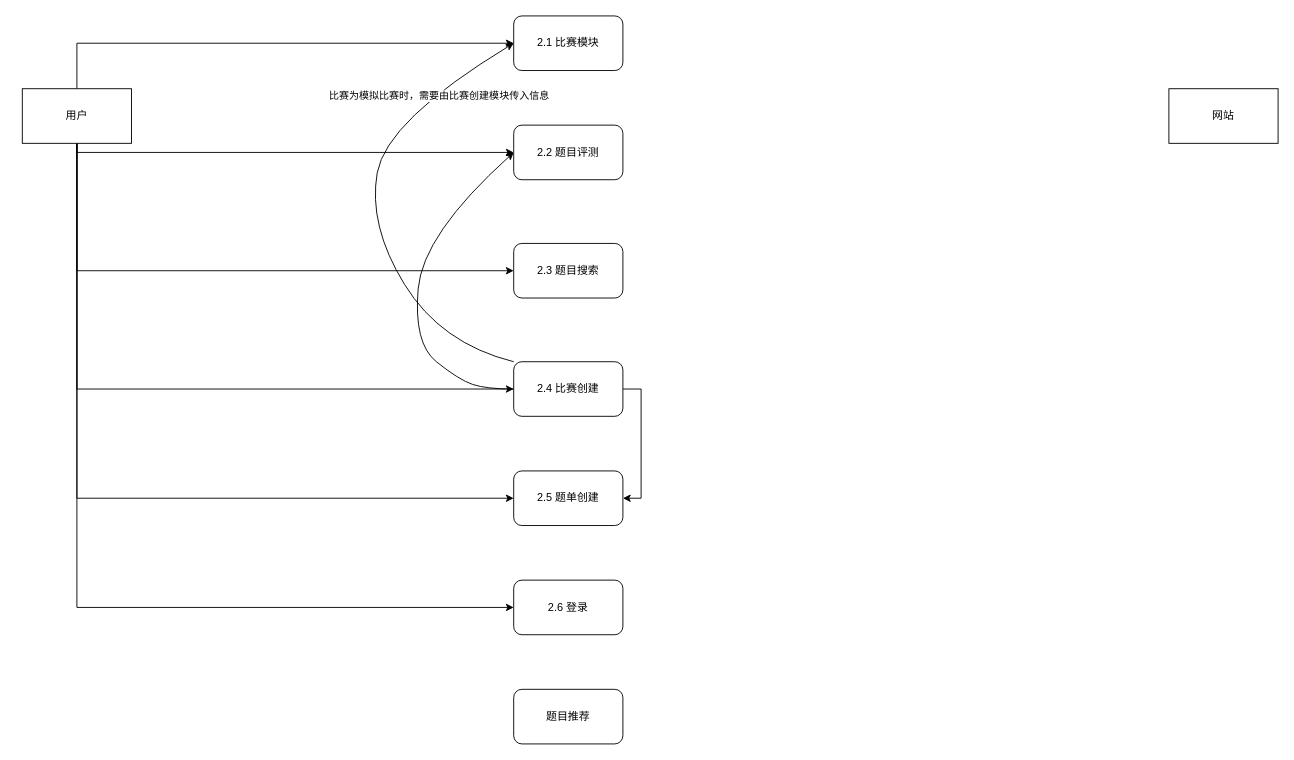
The draw.io diagram 分析文档/第二层.drawio in 12MegaA21/CodeCode, before the edit. Source tidied: cells renumbered, new cells numbered last; positions are measured from the earlier drawing's top-left corner, leaving out a move shared by most shapes. Both pictures are drawn from the tidied source at 91%, with x=0, y=0 at pixel (22, 15).
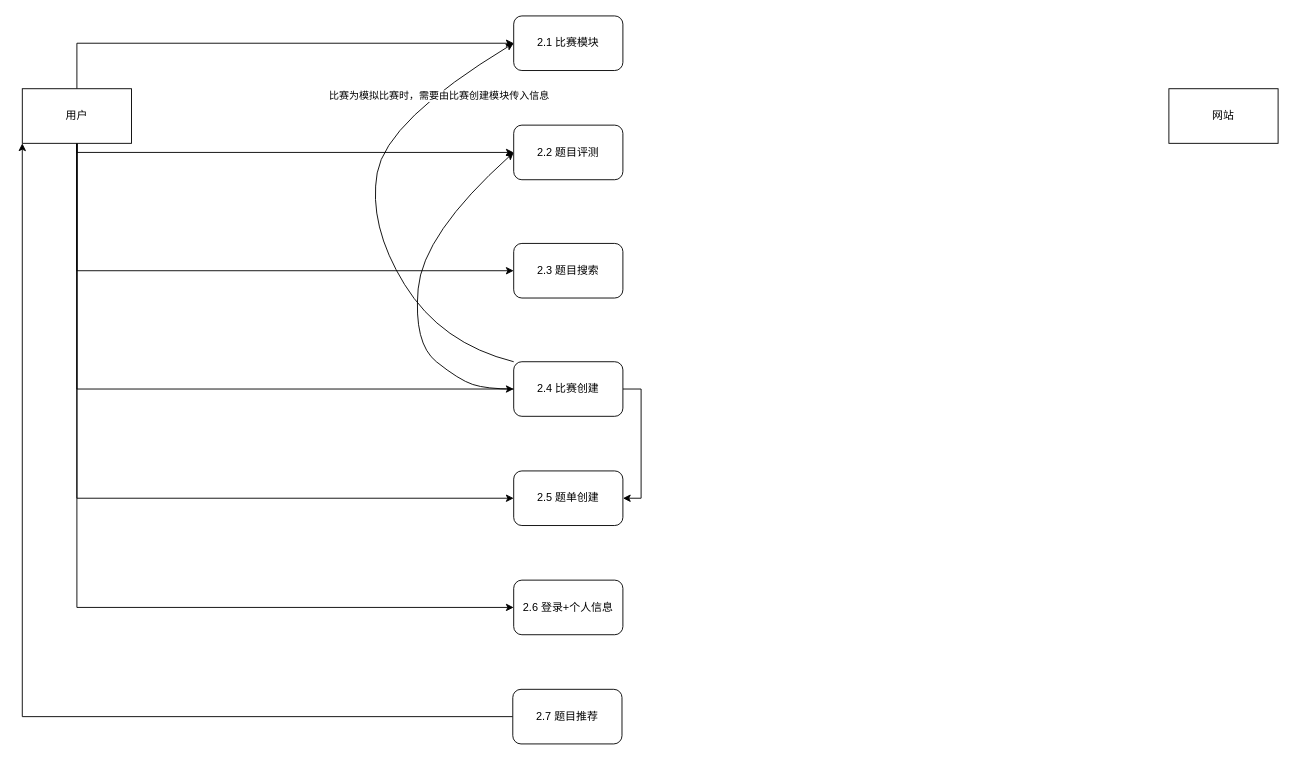
The same page after the edit.

Commit message (it also covers changes not shown here):
更新第二层.drawio

The change refers to these unchanged cells:
```xml
<mxCell id="8" value="用户" style="rounded=0;whiteSpace=wrap;html=1;" parent="1" vertex="1">
  <mxGeometry y="80" width="120" height="60" as="geometry" />
</mxCell>
```

The edit, as a diff of the source:
```diff
@@
-    <mxCell id="16" value="2.6 登录" style="rounded=1;whiteSpace=wrap;html=1;" parent="1" vertex="1">
+    <mxCell id="16" value="2.6 登录+个人信息" style="rounded=1;whiteSpace=wrap;html=1;" parent="1" vertex="1">
       <mxGeometry x="540" y="620" width="120" height="60" as="geometry" />
     </mxCell>
@@
+    <mxCell id="21" style="edgeStyle=orthogonalEdgeStyle;rounded=0;jettySize=auto;html=1;exitX=0;exitY=0.5;exitDx=0;exitDy=0;entryX=0;entryY=1;entryDx=0;entryDy=0;" parent="1" edge="1" source="20" target="8">
+      <mxGeometry relative="1" as="geometry" />
+    </mxCell>
-    <mxCell id="20" value="题目推荐" style="rounded=1;whiteSpace=wrap;html=1;" parent="1" vertex="1">
-      <mxGeometry x="540" y="740" width="120" height="60" as="geometry" />
+    <mxCell id="20" value="2.7 题目推荐" style="rounded=1;whiteSpace=wrap;html=1;" parent="1" vertex="1">
+      <mxGeometry x="539" y="740" width="120" height="60" as="geometry" />
     </mxCell>
```
